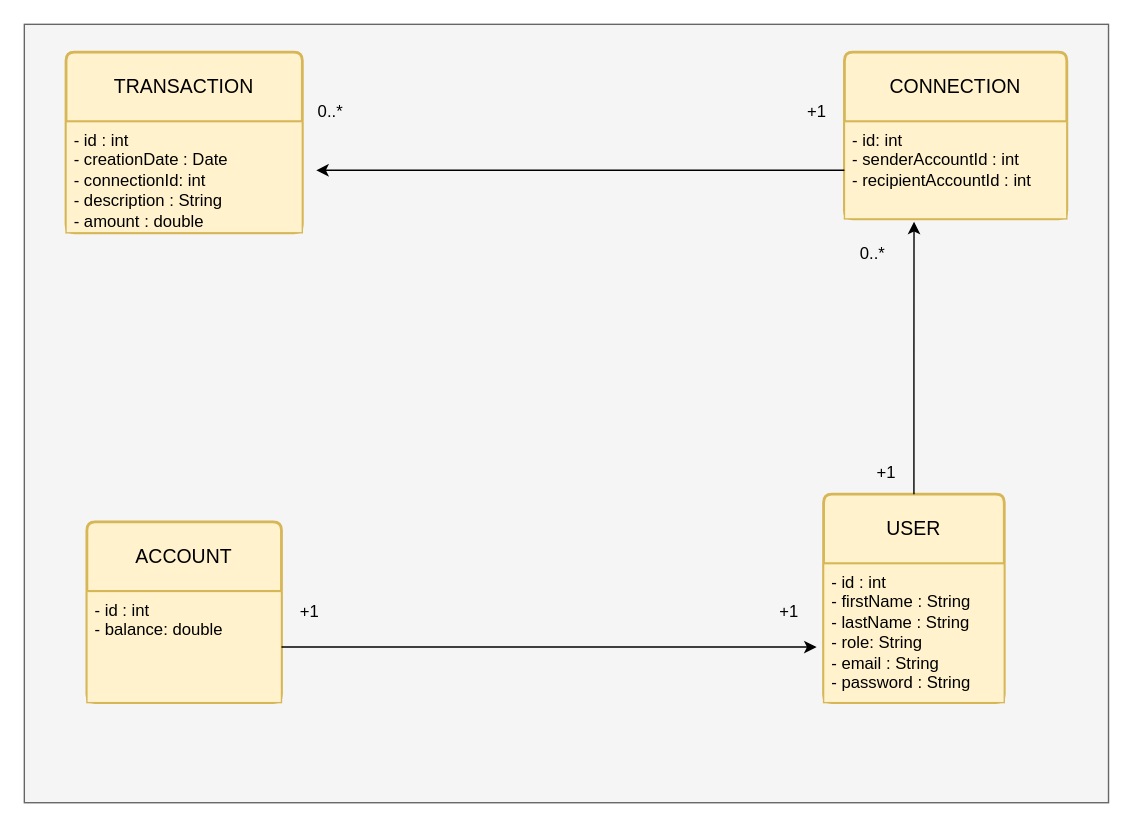
Above: mcd-pmb.drawio in PhilAuto83/PayMyBuddy-PM (draw.io), before the change. Source tidied: cells renumbered, new cells numbered last; positions are measured from the earlier drawing's top-left corner, leaving out a move shared by most shapes. Both pictures are drawn from the tidied source at 139%, with x=0, y=0 at pixel (24, 24).
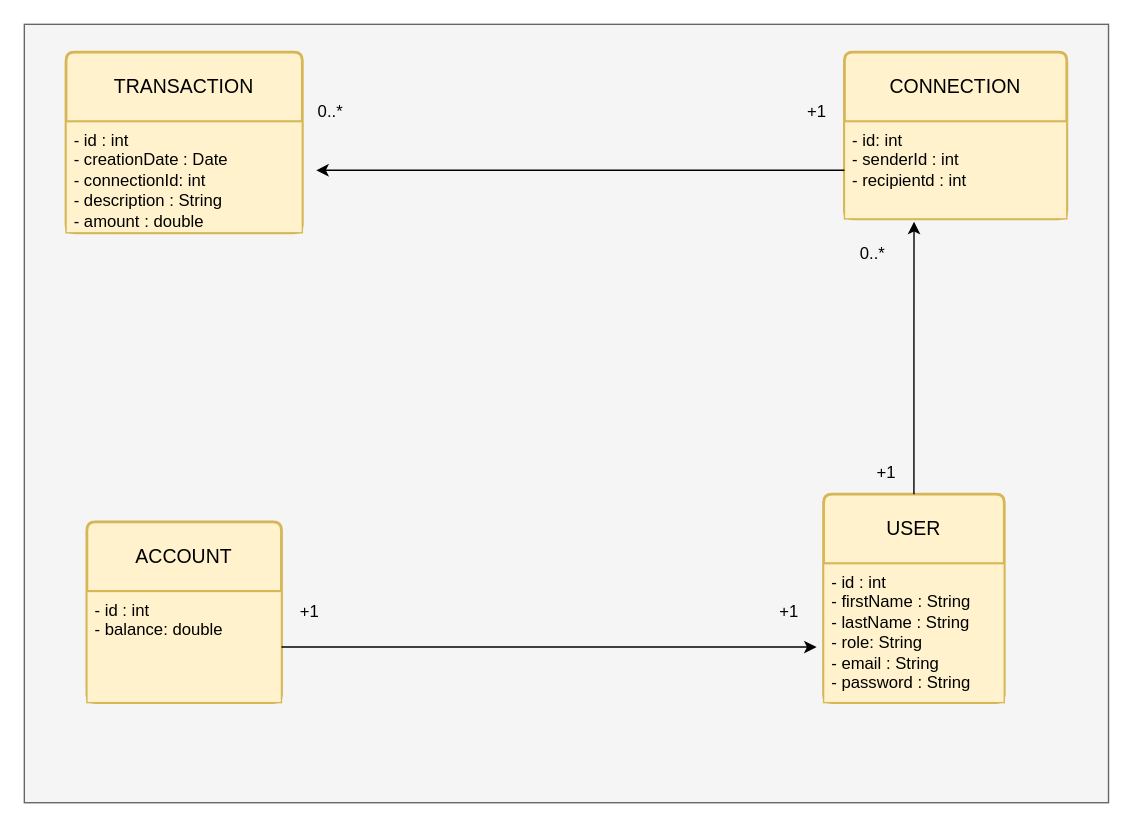
Above is the later version.

Commit message (it also covers changes not shown here):
fixing uml for mcd and mpd with user connected to connection

Unchanged cells that the change refers to:
```xml
<mxCell id="7" value="CONNECTION" style="swimlane;horizontal=1;startSize=50;rounded=1;fontSize=14;fontStyle=0;strokeWidth=2;shadow=0;dashed=0;align=center;arcSize=4;whiteSpace=wrap;html=1;fillColor=#fff2cc;strokeColor=#d6b656;" parent="1" vertex="1">
  <mxGeometry x="590" y="20" width="160" height="120" as="geometry" />
</mxCell>
```

Change to the diagram source:
```diff
@@
-    <mxCell id="8" value="- id: int&lt;div&gt;- senderAccountId : int&lt;br&gt;- recipientAccountId : int&lt;div&gt;&lt;br&gt;&lt;/div&gt;&lt;/div&gt;" style="align=left;strokeColor=#d6b656;fillColor=#fff2cc;spacingLeft=4;fontSize=12;verticalAlign=top;html=1;" parent="7" vertex="1">
+    <mxCell id="8" value="- id: int&lt;div&gt;- senderId : int&lt;br&gt;- recipientd : int&lt;div&gt;&lt;br&gt;&lt;/div&gt;&lt;/div&gt;" style="align=left;strokeColor=#d6b656;fillColor=#fff2cc;spacingLeft=4;fontSize=12;verticalAlign=top;html=1;" parent="7" vertex="1">
       <mxGeometry y="50" width="160" height="70" as="geometry" />
     </mxCell>
```
